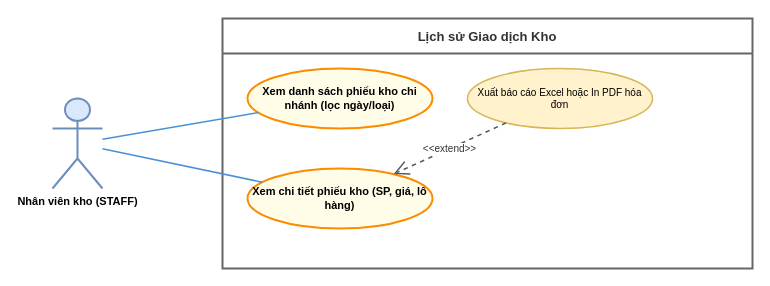
Nghiatv2006/KhoHang keeps this draw.io diagram as UseCase/STAFF/05_xem_lich_su_giao_dich.drawio. Above is the earlier version. Source tidied: cells renumbered, new cells numbered last; positions are measured from the earlier drawing's top-left corner, leaving out a move shared by most shapes. Both pictures are drawn from the tidied source at 100%, with x=0, y=0 at pixel (52, 18).
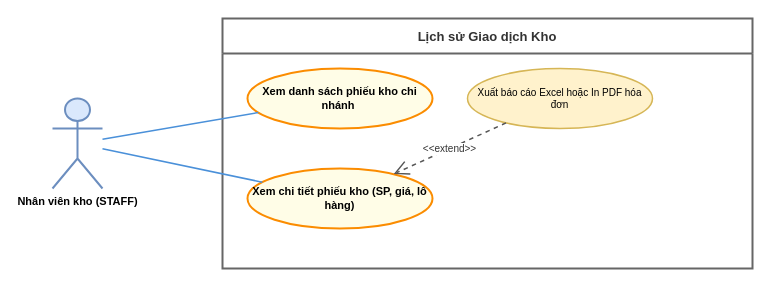
The same page after the edit.

Change to the diagram source:
```diff
@@
 <mxGraphModel>
   <root>
     <mxCell id="0" />
     <mxCell id="1" parent="0" />
     <mxCell id="2" value="Lịch sử Giao dịch Kho" style="swimlane;startSize=35;whiteSpace=wrap;html=1;fontStyle=1;fontSize=13;                    fillColor=#f5f5f5;strokeColor=#666666;strokeWidth=2;fontColor=#333333;align=center;" parent="1" vertex="1">
       <mxGeometry x="170" width="530" height="250" as="geometry" />
     </mxCell>
     <mxCell id="3" value="Nhân viên kho (STAFF)" style="shape=umlActor;verticalLabelPosition=bottom;verticalAlign=top;html=1;                    outlineConnect=0;fillColor=#dae8fc;strokeColor=#6c8ebf;strokeWidth=2;                    fontColor=#1a1a1a;fontStyle=1;fontSize=11;" parent="1" vertex="1">
       <mxGeometry y="80" width="50" height="90" as="geometry" />
     </mxCell>
-    <mxCell id="4" value="Xem danh sách phiếu kho chi nhánh (lọc ngày/loại)" style="ellipse;whiteSpace=wrap;html=1;fillColor=#fffde7;strokeColor=#fb8c00;strokeWidth=2;fontStyle=1;fontSize=11;align=center;" parent="1" vertex="1">
+    <mxCell id="4" value="Xem danh sách phiếu kho chi nhánh&amp;nbsp;" style="ellipse;whiteSpace=wrap;html=1;fillColor=#fffde7;strokeColor=#fb8c00;strokeWidth=2;fontStyle=1;fontSize=11;align=center;" parent="1" vertex="1">
       <mxGeometry x="195" y="50" width="185" height="60" as="geometry" />
     </mxCell>
     <mxCell id="5" value="Xem chi tiết phiếu kho (SP, giá, lô hàng)" style="ellipse;whiteSpace=wrap;html=1;fillColor=#fffde7;strokeColor=#fb8c00;strokeWidth=2;fontStyle=1;fontSize=11;align=center;" parent="1" vertex="1">
       <mxGeometry x="195" y="150" width="185" height="60" as="geometry" />
     </mxCell>
     <mxCell id="6" value="Xuất báo cáo Excel hoặc In PDF hóa đơn" style="ellipse;whiteSpace=wrap;html=1;fillColor=#fff2cc;strokeColor=#d6b656;strokeWidth=1.5;fontSize=10;align=center;" parent="1" vertex="1">
       <mxGeometry x="415" y="50" width="185" height="60" as="geometry" />
     </mxCell>
     <mxCell id="7" style="endArrow=none;html=1;rounded=0;strokeColor=#4a90d9;strokeWidth=1.5;" parent="1" edge="1" source="3" target="4">
       <mxGeometry relative="1" as="geometry" />
     </mxCell>
     <mxCell id="8" style="endArrow=none;html=1;rounded=0;strokeColor=#4a90d9;strokeWidth=1.5;" parent="1" edge="1" source="3" target="5">
       <mxGeometry relative="1" as="geometry" />
     </mxCell>
     <mxCell id="9" value="&amp;lt;&amp;lt;extend&amp;gt;&amp;gt;" style="endArrow=open;endSize=12;dashed=1;html=1;rounded=0;strokeColor=#555555;strokeWidth=1.5;labelBackgroundColor=#ffffff;fontColor=#333333;fontSize=10;align=center;" parent="1" edge="1" source="6" target="5">
       <mxGeometry relative="1" as="geometry" />
     </mxCell>
   </root>
 </mxGraphModel>
```
